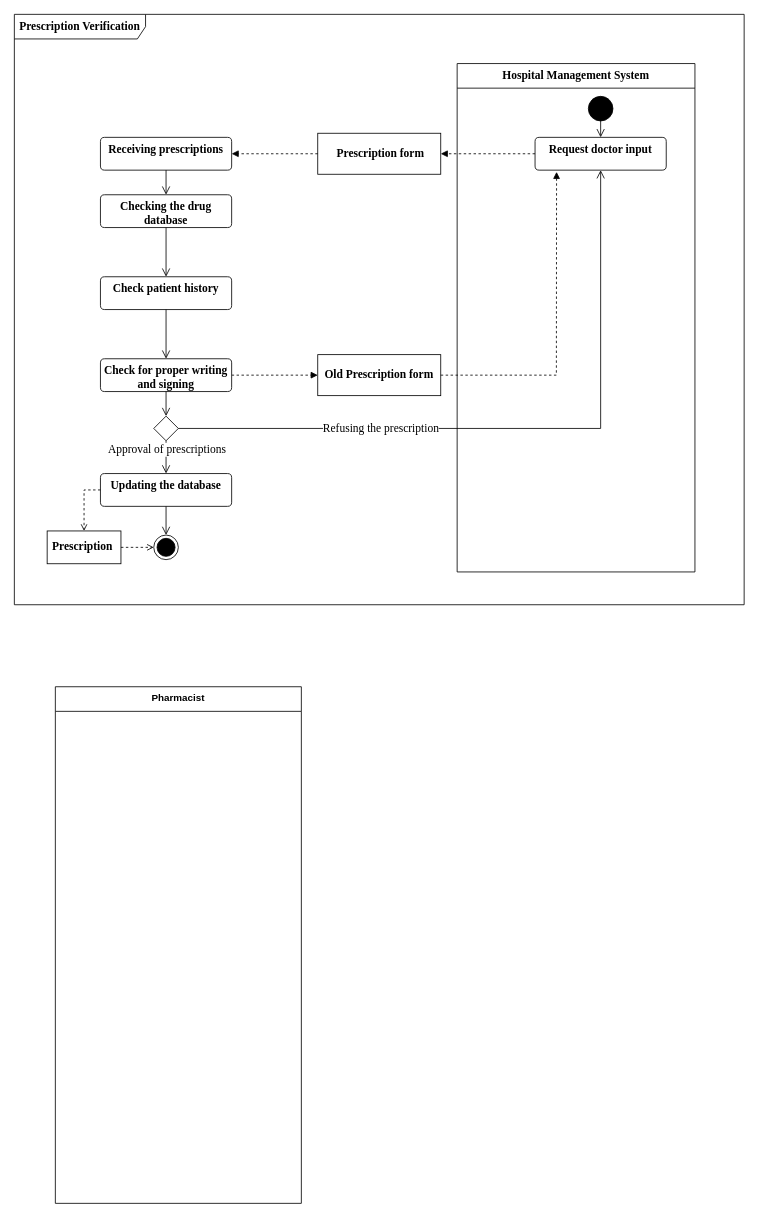
FOMOKN/Software-Engineering keeps this draw.io diagram as Activity Diagram.drawio. Above is the earlier version. Source tidied: cells renumbered, new cells numbered last; positions are measured from the earlier drawing's top-left corner, leaving out a move shared by most shapes. Both pictures are drawn from the tidied source at 82%, with x=0, y=0 at pixel (14, 14).
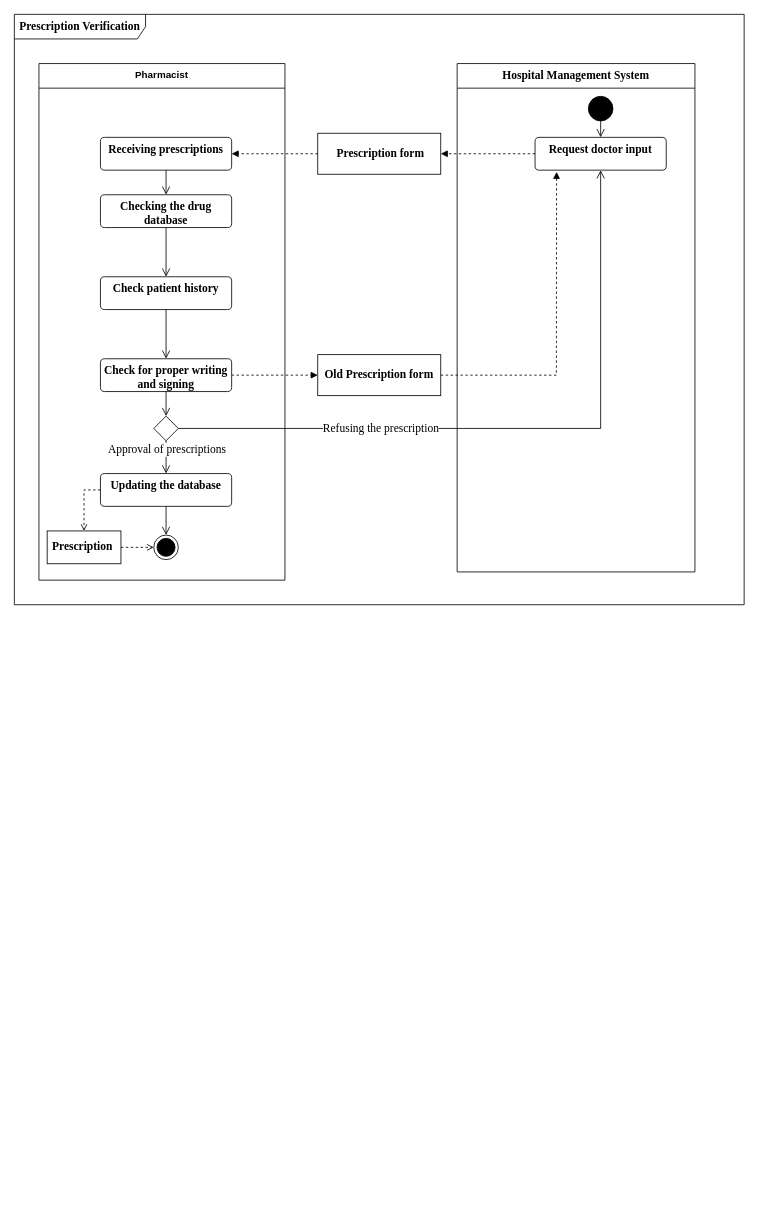
The same diagram, later.

Unchanged cells that the change refers to:
```xml
<mxCell id="2" value="&lt;font size=&quot;1&quot; face=&quot;Times New Roman&quot;&gt;&lt;b style=&quot;font-size: 14px;&quot;&gt;Prescription Verification&lt;/b&gt;&lt;/font&gt;" style="shape=umlFrame;whiteSpace=wrap;html=1;width=160;" parent="1" vertex="1">
  <mxGeometry width="890" height="720" as="geometry" />
</mxCell>
```

What changed in the source:
```diff
@@
-    <mxCell id="32" value="Pharmacist" style="swimlane;fontStyle=1;align=center;verticalAlign=top;horizontal=1;startSize=30;html=1;whiteSpace=wrap;" parent="1" vertex="1">
-      <mxGeometry x="50" y="820" width="300" height="630" as="geometry" />
+    <mxCell id="32" value="Pharmacist" style="swimlane;fontStyle=1;align=center;verticalAlign=top;horizontal=1;startSize=30;html=1;whiteSpace=wrap;" parent="2" vertex="1">
+      <mxGeometry x="30" y="60" width="300" height="630" as="geometry" />
     </mxCell>
```
